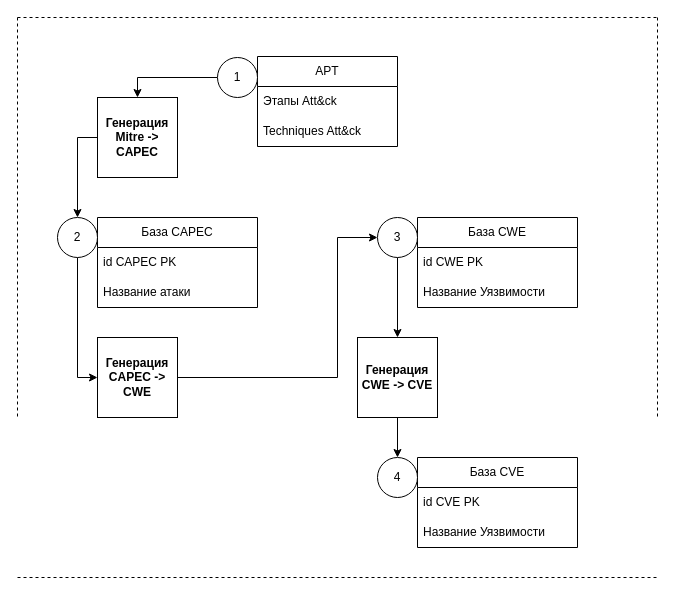
The draw.io diagram (Обновленная схема ОПЗ) Входные данные.drawio in SmirnovBogdan8/Diplom, before the edit. Source tidied: cells renumbered, new cells numbered last; positions are measured from the earlier drawing's top-left corner, leaving out a move shared by most shapes. Both pictures are drawn from the tidied source at 100%, with x=0, y=0 at pixel (17, 17).
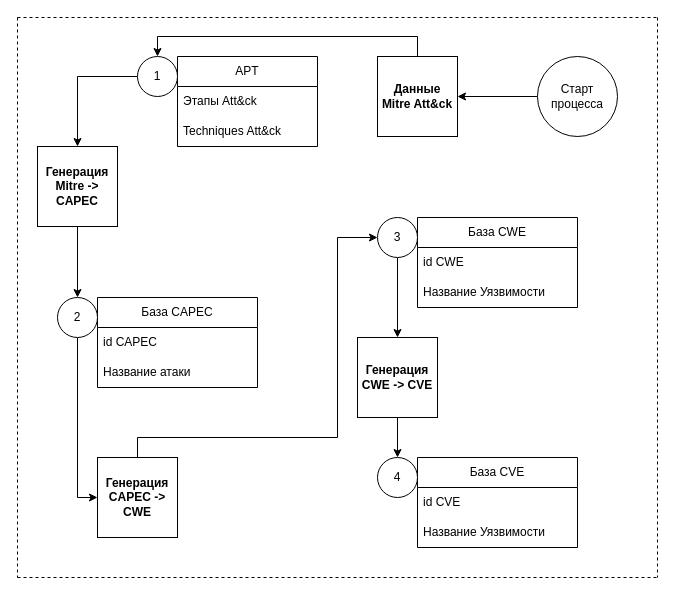
After the change.

The change refers to these unchanged cells:
```xml
<mxCell id="8" value="База CVE" style="swimlane;fontStyle=0;horizontal=1;startSize=30;whiteSpace=wrap;html=1;" parent="1" vertex="1">
  <mxGeometry x="400" y="440" width="160" height="90" as="geometry" />
</mxCell>
<mxCell id="19" value="База CWE" style="swimlane;fontStyle=0;horizontal=1;startSize=30;whiteSpace=wrap;html=1;" parent="1" vertex="1">
  <mxGeometry x="400" y="200" width="160" height="90" as="geometry" />
</mxCell>
<mxCell id="29" value="3" style="ellipse;whiteSpace=wrap;html=1;" parent="1" vertex="1">
  <mxGeometry x="360" y="200" width="40" height="40" as="geometry" />
</mxCell>
```

The edit, as a diff of the source:
```diff
@@
     <mxCell id="3" style="endArrow=none;dashed=1;html=1;rounded=0;" parent="1" edge="1">
       <mxGeometry relative="1" as="geometry">
         <mxPoint as="sourcePoint" />
-        <mxPoint y="400" as="targetPoint" />
+        <mxPoint y="560" as="targetPoint" />
       </mxGeometry>
     </mxCell>
@@
     <mxCell id="5" value="База CAPEC" style="swimlane;fontStyle=0;horizontal=1;startSize=30;whiteSpace=wrap;html=1;" parent="1" vertex="1">
-      <mxGeometry x="80" y="200" width="160" height="90" as="geometry" />
+      <mxGeometry x="80" y="280" width="160" height="90" as="geometry" />
     </mxCell>
-    <mxCell id="6" value="id CAPEC PK" style="text;strokeColor=none;fillColor=none;align=left;verticalAlign=middle;spacingLeft=4;spacingRight=4;overflow=hidden;whiteSpace=wrap;html=1;" parent="5" vertex="1">
+    <mxCell id="6" value="id CAPEC" style="text;strokeColor=none;fillColor=none;align=left;verticalAlign=middle;spacingLeft=4;spacingRight=4;overflow=hidden;whiteSpace=wrap;html=1;" parent="5" vertex="1">
       <mxGeometry y="30" width="160" height="30" as="geometry" />
     </mxCell>
@@
-    <mxCell id="9" value="id CVE PK" style="text;strokeColor=none;fillColor=none;align=left;verticalAlign=middle;spacingLeft=4;spacingRight=4;overflow=hidden;whiteSpace=wrap;html=1;" parent="8" vertex="1">
+    <mxCell id="9" value="id CVE" style="text;strokeColor=none;fillColor=none;align=left;verticalAlign=middle;spacingLeft=4;spacingRight=4;overflow=hidden;whiteSpace=wrap;html=1;" parent="8" vertex="1">
       <mxGeometry y="30" width="160" height="30" as="geometry" />
     </mxCell>
@@
     <mxCell id="11" value="APT" style="swimlane;fontStyle=0;horizontal=1;startSize=30;whiteSpace=wrap;html=1;" parent="1" vertex="1">
-      <mxGeometry x="240" y="39" width="140" height="90" as="geometry" />
+      <mxGeometry x="160" y="39" width="140" height="90" as="geometry" />
     </mxCell>
@@
-    <mxCell id="14" style="edgeStyle=orthogonalEdgeStyle;rounded=0;jettySize=auto;html=1;entryX=0.5;entryY=0;entryDx=0;entryDy=0;" parent="1" edge="1" source="15" target="23">
-      <mxGeometry relative="1" as="geometry">
-        <Array as="points">
-          <mxPoint x="60" y="120" />
-        </Array>
-      </mxGeometry>
+    <mxCell id="14" style="edgeStyle=orthogonalEdgeStyle;rounded=0;jettySize=auto;html=1;" parent="1" edge="1" source="15" target="23">
+      <mxGeometry relative="1" as="geometry" />
     </mxCell>
     <mxCell id="15" value="&lt;b&gt;Генерация Mitre -&amp;gt; CAPEC&lt;/b&gt;" style="whiteSpace=wrap;html=1;" parent="1" vertex="1">
-      <mxGeometry x="80" y="80" width="80" height="80" as="geometry" />
+      <mxGeometry x="20" y="129" width="80" height="80" as="geometry" />
     </mxCell>
     <mxCell id="16" style="endArrow=none;dashed=1;html=1;rounded=0;" parent="1" edge="1">
       <mxGeometry relative="1" as="geometry">
         <mxPoint x="640" as="sourcePoint" />
-        <mxPoint x="640" y="400" as="targetPoint" />
+        <mxPoint x="640" y="560" as="targetPoint" />
       </mxGeometry>
     </mxCell>
@@
     <mxCell id="18" value="1" style="ellipse;whiteSpace=wrap;html=1;" parent="1" vertex="1">
-      <mxGeometry x="200" y="40" width="40" height="40" as="geometry" />
+      <mxGeometry x="120" y="39" width="40" height="40" as="geometry" />
     </mxCell>
@@
-    <mxCell id="20" value="id CWE PK" style="text;strokeColor=none;fillColor=none;align=left;verticalAlign=middle;spacingLeft=4;spacingRight=4;overflow=hidden;whiteSpace=wrap;html=1;" parent="19" vertex="1">
+    <mxCell id="20" value="id CWE" style="text;strokeColor=none;fillColor=none;align=left;verticalAlign=middle;spacingLeft=4;spacingRight=4;overflow=hidden;whiteSpace=wrap;html=1;" parent="19" vertex="1">
       <mxGeometry y="30" width="160" height="30" as="geometry" />
     </mxCell>
@@
     <mxCell id="23" value="2" style="ellipse;whiteSpace=wrap;html=1;" parent="1" vertex="1">
-      <mxGeometry x="40" y="200" width="40" height="40" as="geometry" />
+      <mxGeometry x="40" y="280" width="40" height="40" as="geometry" />
     </mxCell>
     <mxCell id="24" style="edgeStyle=orthogonalEdgeStyle;rounded=0;jettySize=auto;html=1;entryX=0;entryY=0.5;entryDx=0;entryDy=0;" parent="1" edge="1" source="25" target="29">
       <mxGeometry relative="1" as="geometry">
         <Array as="points">
-          <mxPoint x="320" y="360" />
+          <mxPoint x="120" y="420" />
+          <mxPoint x="320" y="420" />
           <mxPoint x="320" y="220" />
         </Array>
       </mxGeometry>
     </mxCell>
     <mxCell id="25" value="&lt;b&gt;Генерация CAPEC -&amp;gt; CWE&lt;/b&gt;" style="whiteSpace=wrap;html=1;" parent="1" vertex="1">
-      <mxGeometry x="80" y="320" width="80" height="80" as="geometry" />
+      <mxGeometry x="80" y="440" width="80" height="80" as="geometry" />
     </mxCell>
@@
+    <mxCell id="31" style="edgeStyle=orthogonalEdgeStyle;rounded=0;jettySize=auto;html=1;exitX=0.5;exitY=0;exitDx=0;exitDy=0;entryX=0.5;entryY=0;entryDx=0;entryDy=0;" parent="1" edge="1" source="32" target="18">
+      <mxGeometry relative="1" as="geometry" />
+    </mxCell>
+    <mxCell id="32" value="&lt;b&gt;Данные Mitre Att&amp;amp;ck&lt;/b&gt;" style="whiteSpace=wrap;html=1;" parent="1" vertex="1">
+      <mxGeometry x="360" y="39" width="80" height="80" as="geometry" />
+    </mxCell>
+    <mxCell id="33" style="edgeStyle=orthogonalEdgeStyle;rounded=0;jettySize=auto;html=1;" parent="1" edge="1" source="34" target="32">
+      <mxGeometry relative="1" as="geometry" />
+    </mxCell>
+    <mxCell id="34" value="Старт&lt;div&gt;процесса&lt;/div&gt;" style="ellipse;whiteSpace=wrap;html=1;" parent="1" vertex="1">
+      <mxGeometry x="520" y="39" width="80" height="80" as="geometry" />
+    </mxCell>
```
